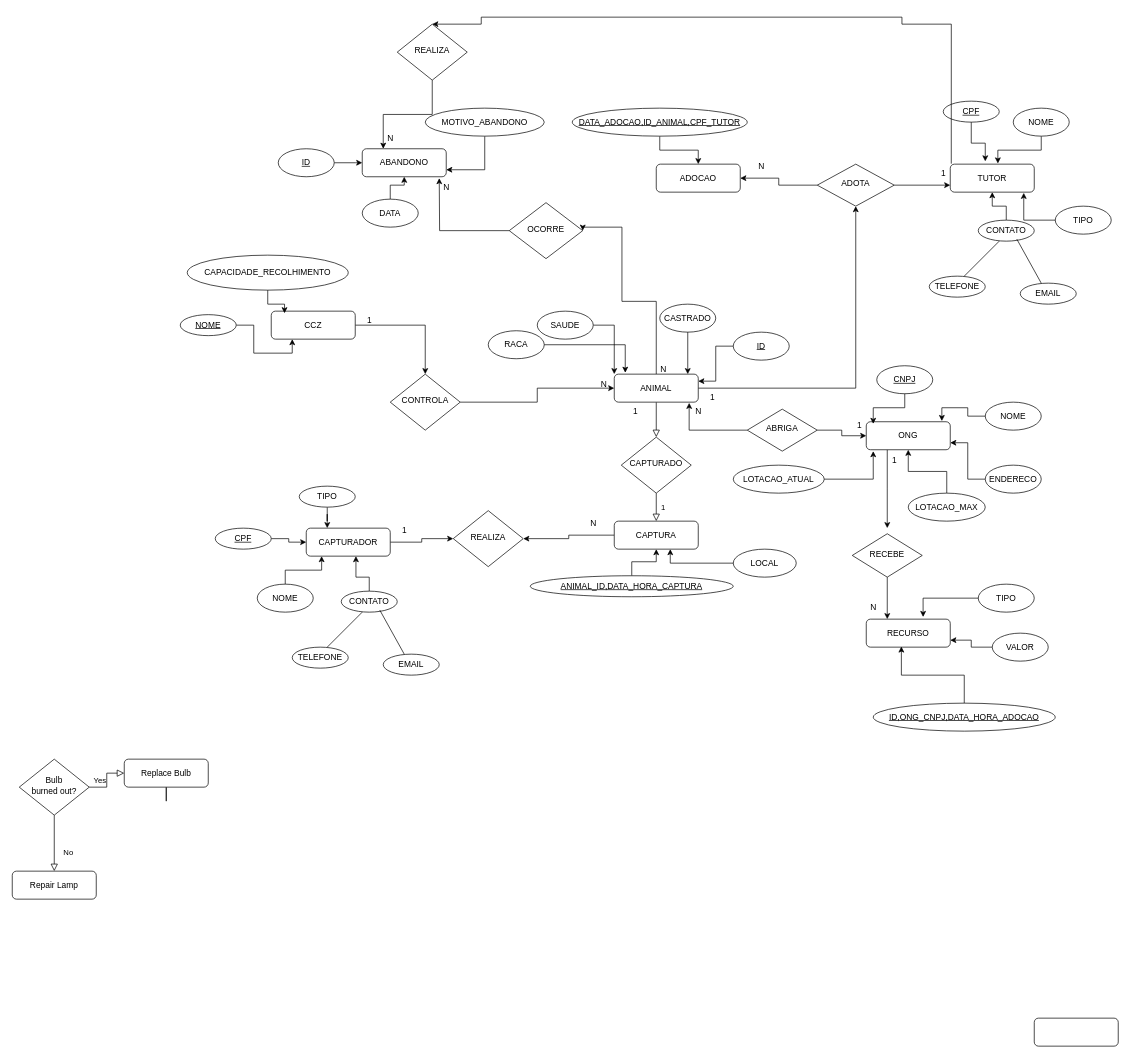
The draw.io diagram Diagrama sem nome.drawio in BrunoMaximo03/API-BANCODEDADOS, before the edit. Source tidied: cells renumbered, new cells numbered last; positions are measured from the earlier drawing's top-left corner, leaving out a move shared by most shapes. Both pictures are drawn from the tidied source at 70%, with x=0, y=0 at pixel (12, 17).
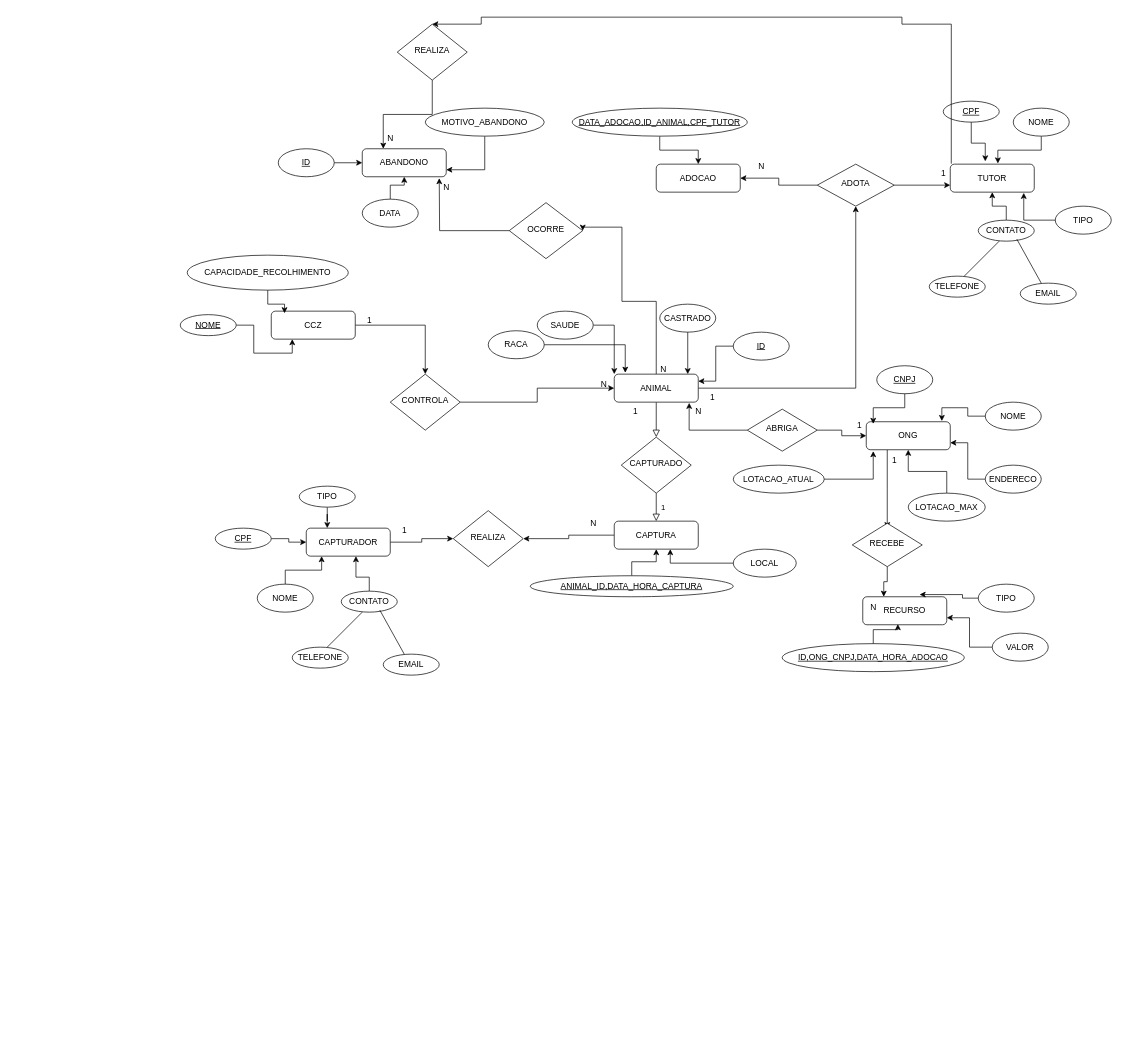
The same diagram, later.

Commit message:
TP BANCO DE DADOS FINAL

Diff of the diagram source:
```diff
@@
-    <mxCell id="29" style="rounded=1;whiteSpace=wrap;html=1;fontSize=12;glass=0;strokeWidth=1;shadow=0;" parent="1" vertex="1">
-      <mxGeometry x="1460" y="1430" width="120" height="40" as="geometry" />
-    </mxCell>
@@
-    <mxCell id="36" value="No" style="rounded=0;html=1;jettySize=auto;fontSize=11;endArrow=block;endFill=0;endSize=8;strokeWidth=1;shadow=0;labelBackgroundColor=none;edgeStyle=orthogonalEdgeStyle;" parent="1" edge="1" source="38" target="39">
-      <mxGeometry x="0.33" y="20" relative="1" as="geometry" />
-    </mxCell>
-    <mxCell id="37" value="Yes" style="edgeStyle=orthogonalEdgeStyle;rounded=0;html=1;jettySize=auto;fontSize=11;endArrow=block;endFill=0;endSize=8;strokeWidth=1;shadow=0;labelBackgroundColor=none;" parent="1" edge="1" source="38" target="41">
-      <mxGeometry y="10" relative="1" as="geometry" />
-    </mxCell>
-    <mxCell id="38" value="Bulb&lt;br&gt;burned out?" style="rhombus;whiteSpace=wrap;html=1;shadow=0;fontFamily=Helvetica;fontSize=12;align=center;strokeWidth=1;spacing=6;spacingTop=-4;" parent="1" vertex="1">
-      <mxGeometry x="10" y="1060" width="100" height="80" as="geometry" />
-    </mxCell>
-    <mxCell id="39" value="Repair Lamp" style="rounded=1;whiteSpace=wrap;html=1;fontSize=12;glass=0;strokeWidth=1;shadow=0;" parent="1" vertex="1">
-      <mxGeometry y="1220" width="120" height="40" as="geometry" />
-    </mxCell>
-    <mxCell id="40" style="edgeStyle=orthogonalEdgeStyle;rounded=0;jettySize=auto;html=1;" parent="1" edge="1" source="41">
-      <mxGeometry relative="1" as="geometry">
-        <mxPoint x="220" y="1090" as="targetPoint" />
-      </mxGeometry>
-    </mxCell>
-    <mxCell id="41" value="Replace Bulb" style="rounded=1;whiteSpace=wrap;html=1;fontSize=12;glass=0;strokeWidth=1;shadow=0;" parent="1" vertex="1">
-      <mxGeometry x="160" y="1060" width="120" height="40" as="geometry" />
-    </mxCell>
@@
     <mxCell id="111" value="RECURSO" style="rounded=1;whiteSpace=wrap;html=1;fontSize=12;glass=0;strokeWidth=1;shadow=0;" parent="1" vertex="1">
-      <mxGeometry x="1220" y="860" width="120" height="40" as="geometry" />
+      <mxGeometry x="1215" y="828" width="120" height="40" as="geometry" />
     </mxCell>
     <mxCell id="112" value="ID,ONG_CNPJ,DATA_HORA_ADOCAO" style="ellipse;whiteSpace=wrap;html=1;fontStyle=4;" parent="1" vertex="1">
-      <mxGeometry x="1230" y="980" width="260" height="40" as="geometry" />
+      <mxGeometry x="1100" y="895" width="260" height="40" as="geometry" />
     </mxCell>
@@
     <mxCell id="119" value="RECEBE" style="rhombus;whiteSpace=wrap;html=1;shadow=0;fontFamily=Helvetica;fontSize=12;align=center;strokeWidth=1;spacing=6;spacingTop=-4;" parent="1" vertex="1">
-      <mxGeometry x="1200" y="738" width="100" height="62" as="geometry" />
+      <mxGeometry x="1200" y="723" width="100" height="62" as="geometry" />
     </mxCell>
```
